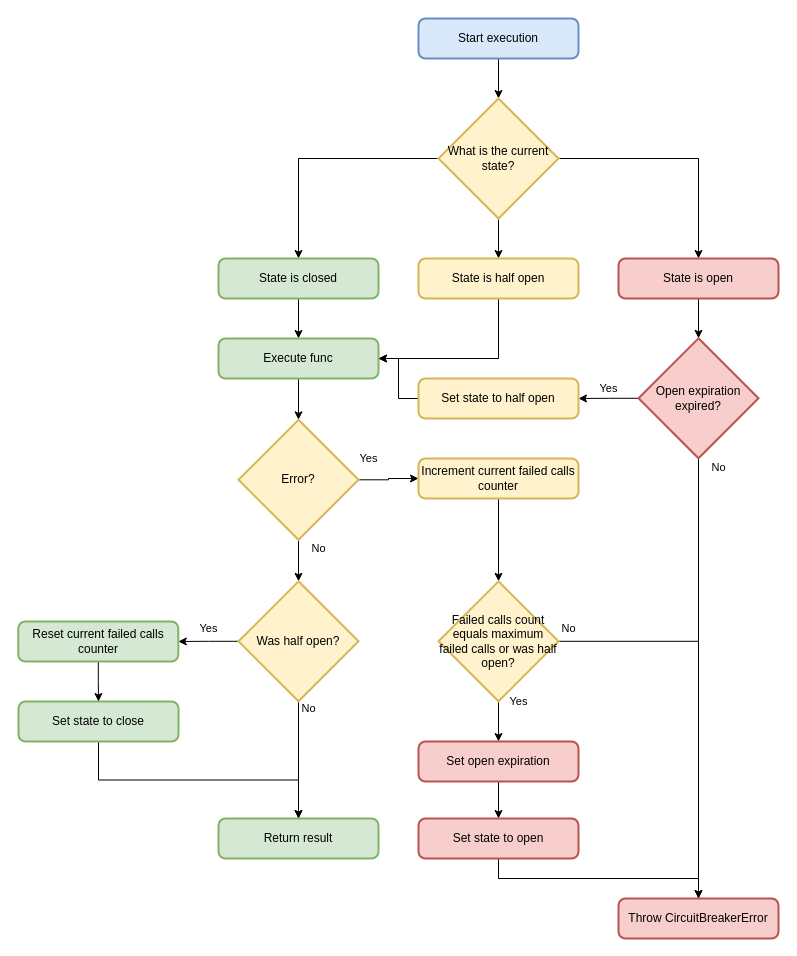
Before: page "circuitbreaker" (5 of 6) of .media/diagrams.drawio in humppa123/resilience-typescript, a draw.io diagram. Source tidied: cells renumbered, new cells numbered last; positions are measured from the earlier drawing's top-left corner, leaving out a move shared by most shapes. Both pictures are drawn from the tidied source at 100%, with x=0, y=0 at pixel (18, 18).
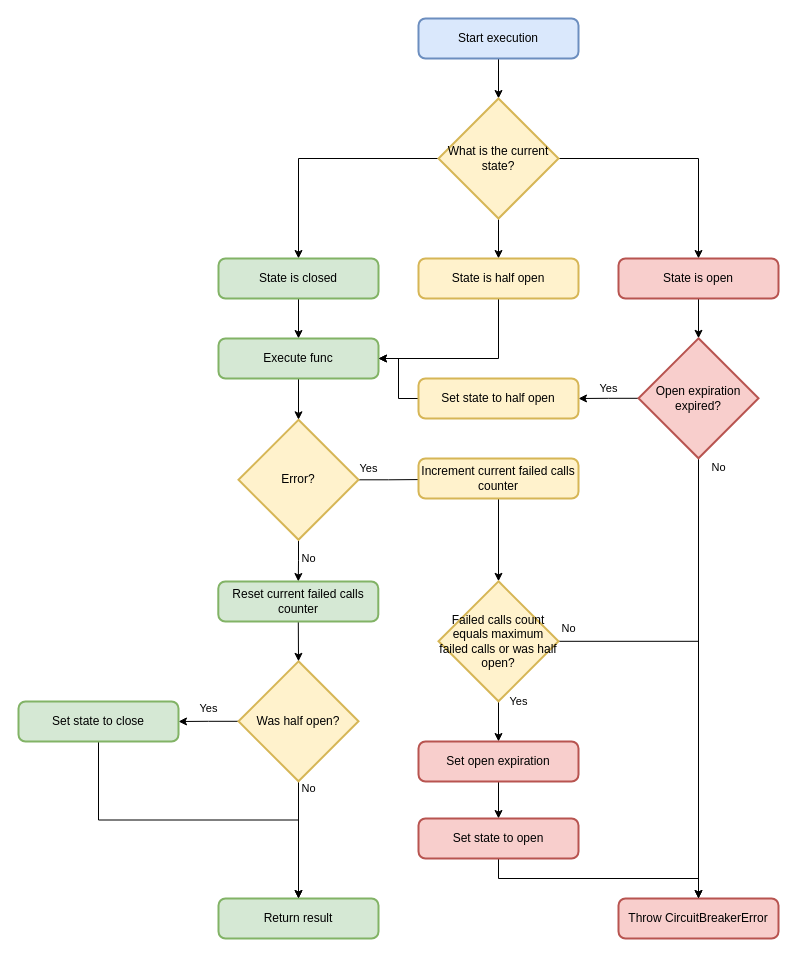
The same page after the edit.

Unchanged cells that the change refers to:
```xml
<mxCell id="18" value="Error?" style="strokeWidth=2;html=1;shape=mxgraph.flowchart.decision;whiteSpace=wrap;fillColor=#fff2cc;strokeColor=#d6b656;" parent="1" vertex="1">
  <mxGeometry x="220" y="401.3" width="120" height="120" as="geometry" />
</mxCell>
<mxCell id="24" value="Set state to close" style="rounded=1;whiteSpace=wrap;html=1;absoluteArcSize=1;arcSize=14;strokeWidth=2;fillColor=#d5e8d4;strokeColor=#82b366;" parent="1" vertex="1">
  <mxGeometry y="683" width="160" height="40" as="geometry" />
</mxCell>
<mxCell id="28" value="Increment current failed calls counter" style="rounded=1;whiteSpace=wrap;html=1;absoluteArcSize=1;arcSize=14;strokeWidth=2;fillColor=#fff2cc;strokeColor=#d6b656;" parent="1" vertex="1">
  <mxGeometry x="400" y="440" width="160" height="40" as="geometry" />
</mxCell>
```

What changed in the source:
```diff
@@
+    <mxCell id="17" value="No" style="edgeStyle=orthogonalEdgeStyle;rounded=0;jettySize=auto;html=1;exitX=0.5;exitY=1;exitDx=0;exitDy=0;exitPerimeter=0;entryX=0.5;entryY=0;entryDx=0;entryDy=0;" parent="1" edge="1" source="18" target="26">
+      <mxGeometry x="-0.1" y="10" relative="1" as="geometry" />
+    </mxCell>
-    <mxCell id="16" value="Yes" style="edgeStyle=orthogonalEdgeStyle;rounded=0;jettySize=auto;html=1;exitX=1;exitY=0.5;exitDx=0;exitDy=0;exitPerimeter=0;entryX=0;entryY=0.5;entryDx=0;entryDy=0;" parent="1" edge="1" source="18" target="28">
-      <mxGeometry x="0.02" y="28" relative="1" as="geometry">
-        <mxPoint x="-20" y="8" as="offset" />
-      </mxGeometry>
+    <mxCell id="16" value="Yes" style="edgeStyle=orthogonalEdgeStyle;rounded=0;jettySize=auto;html=1;exitX=1;exitY=0.5;exitDx=0;exitDy=0;exitPerimeter=0;entryX=0.063;entryY=0.525;entryDx=0;entryDy=0;entryPerimeter=0;" parent="1" edge="1" source="18" target="28">
+      <mxGeometry x="-0.71" y="11" relative="1" as="geometry" />
     </mxCell>
-    <mxCell id="17" value="No" style="edgeStyle=orthogonalEdgeStyle;rounded=0;jettySize=auto;html=1;exitX=0.5;exitY=1;exitDx=0;exitDy=0;exitPerimeter=0;entryX=0.5;entryY=0;entryDx=0;entryDy=0;entryPerimeter=0;" parent="1" edge="1" source="18" target="21">
-      <mxGeometry x="-0.57" y="20" relative="1" as="geometry" />
-    </mxCell>
@@
-    <mxCell id="19" value="Yes" style="edgeStyle=orthogonalEdgeStyle;rounded=0;jettySize=auto;html=1;exitX=0;exitY=0.5;exitDx=0;exitDy=0;exitPerimeter=0;entryX=1;entryY=0.5;entryDx=0;entryDy=0;" parent="1" edge="1" source="21" target="26">
-      <mxGeometry y="-13" relative="1" as="geometry" />
-    </mxCell>
-    <mxCell id="20" value="No" style="edgeStyle=orthogonalEdgeStyle;rounded=0;jettySize=auto;html=1;exitX=0.5;exitY=1;exitDx=0;exitDy=0;exitPerimeter=0;" parent="1" edge="1" source="21">
-      <mxGeometry x="-0.88" y="10" relative="1" as="geometry">
-        <mxPoint x="280" y="800" as="targetPoint" />
-      </mxGeometry>
+    <mxCell id="20" value="No" style="edgeStyle=orthogonalEdgeStyle;rounded=0;jettySize=auto;html=1;exitX=0.5;exitY=1;exitDx=0;exitDy=0;exitPerimeter=0;entryX=0.5;entryY=0;entryDx=0;entryDy=0;" parent="1" edge="1" source="21" target="22">
+      <mxGeometry x="-0.88" y="10" relative="1" as="geometry" />
     </mxCell>
+    <mxCell id="42" value="Yes" style="edgeStyle=orthogonalEdgeStyle;rounded=0;jettySize=auto;html=1;exitX=0;exitY=0.5;exitDx=0;exitDy=0;exitPerimeter=0;" parent="1" edge="1" source="21" target="24">
+      <mxGeometry y="-13" relative="1" as="geometry" />
+    </mxCell>
     <mxCell id="21" value="Was half open?" style="strokeWidth=2;html=1;shape=mxgraph.flowchart.decision;whiteSpace=wrap;fillColor=#fff2cc;strokeColor=#d6b656;" parent="1" vertex="1">
-      <mxGeometry x="220" y="562.8" width="120" height="120" as="geometry" />
+      <mxGeometry x="220" y="642.8" width="120" height="120" as="geometry" />
     </mxCell>
     <mxCell id="22" value="Return result" style="rounded=1;whiteSpace=wrap;html=1;absoluteArcSize=1;arcSize=14;strokeWidth=2;fillColor=#d5e8d4;strokeColor=#82b366;" parent="1" vertex="1">
-      <mxGeometry x="200" y="800" width="160" height="40" as="geometry" />
+      <mxGeometry x="200" y="880" width="160" height="40" as="geometry" />
     </mxCell>
@@
-    <mxCell id="25" style="edgeStyle=orthogonalEdgeStyle;rounded=0;jettySize=auto;html=1;exitX=0.5;exitY=1;exitDx=0;exitDy=0;entryX=0.5;entryY=0;entryDx=0;entryDy=0;" parent="1" edge="1" source="26" target="24">
-      <mxGeometry relative="1" as="geometry" />
-    </mxCell>
+    <mxCell id="43" style="edgeStyle=orthogonalEdgeStyle;rounded=0;jettySize=auto;html=1;exitX=0.5;exitY=1;exitDx=0;exitDy=0;entryX=0.5;entryY=0;entryDx=0;entryDy=0;entryPerimeter=0;" parent="1" edge="1" source="26" target="21">
+      <mxGeometry relative="1" as="geometry" />
+    </mxCell>
     <mxCell id="26" value="Reset current failed calls counter" style="rounded=1;whiteSpace=wrap;html=1;absoluteArcSize=1;arcSize=14;strokeWidth=2;fillColor=#d5e8d4;strokeColor=#82b366;" parent="1" vertex="1">
-      <mxGeometry x="-0.2" y="603" width="160" height="40" as="geometry" />
+      <mxGeometry x="199.8" y="563" width="160" height="40" as="geometry" />
     </mxCell>
```
